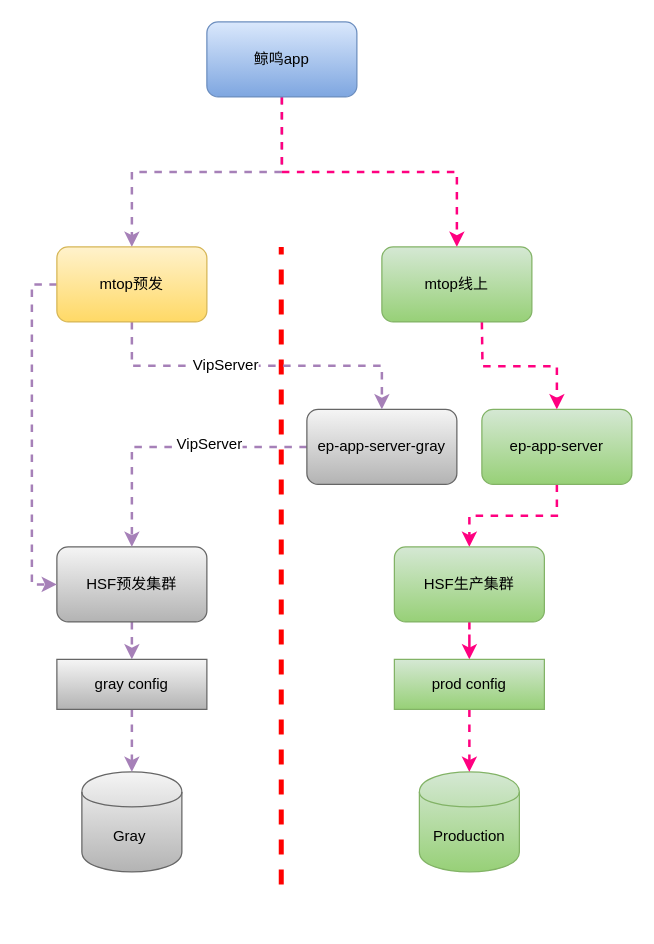
QuanCong/draw keeps this draw.io diagram as grayenv.drawio. Above is the earlier version. Source tidied: cells renumbered, new cells numbered last; positions are measured from the earlier drawing's top-left corner, leaving out a move shared by most shapes. Both pictures are drawn from the tidied source at 125%, with x=0, y=0 at pixel (56, 21).
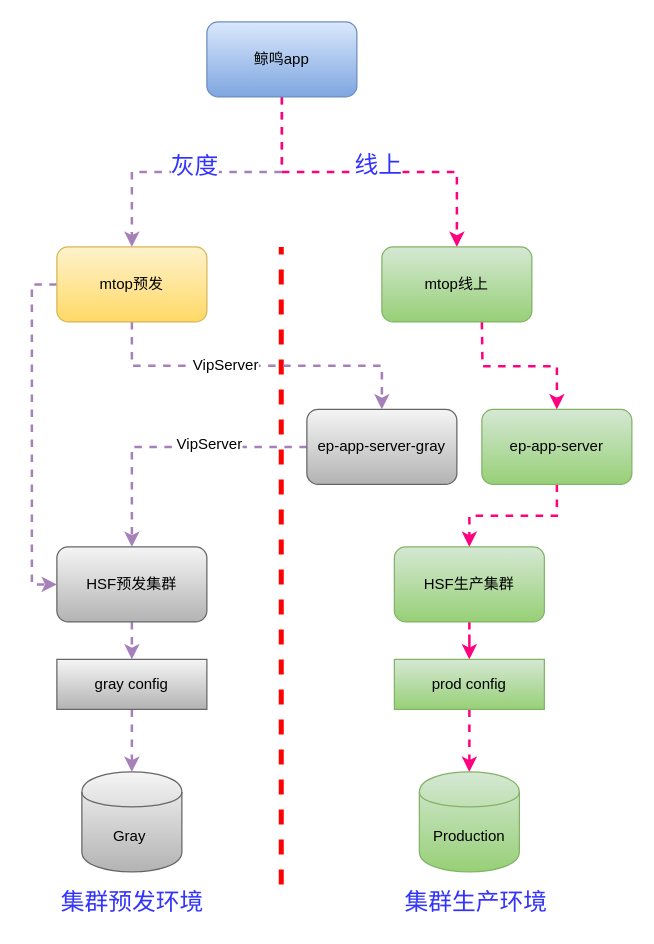
Above is the later version.

Diff of the diagram source:
```diff
@@
+    <mxCell id="27" value="集群预发环境" style="text;html=1;align=center;verticalAlign=middle;strokeWidth=5;fontSize=19;fontColor=#3333FF;" parent="1" vertex="1">
+      <mxGeometry x="-5" y="690" width="130" height="30" as="geometry" />
+    </mxCell>
+    <mxCell id="28" value="集群生产环境" style="text;html=1;align=center;verticalAlign=middle;strokeWidth=5;fontSize=19;fontColor=#3333FF;" parent="1" vertex="1">
+      <mxGeometry x="270" y="690" width="130" height="30" as="geometry" />
+    </mxCell>
+    <mxCell id="29" value="灰度" style="text;html=1;align=center;verticalAlign=middle;labelBackgroundColor=#ffffff;fontSize=19;fontColor=#3333FF;" parent="1" vertex="1">
+      <mxGeometry x="111" y="119" as="geometry">
+        <mxPoint x="-2" y="-4" as="offset" />
+      </mxGeometry>
+    </mxCell>
+    <mxCell id="30" value="线上" style="text;html=1;align=center;verticalAlign=middle;labelBackgroundColor=#ffffff;fontSize=19;fontColor=#3333FF;" parent="1" vertex="1">
+      <mxGeometry x="111" y="129" as="geometry">
+        <mxPoint x="145" y="-15" as="offset" />
+      </mxGeometry>
+    </mxCell>
```
